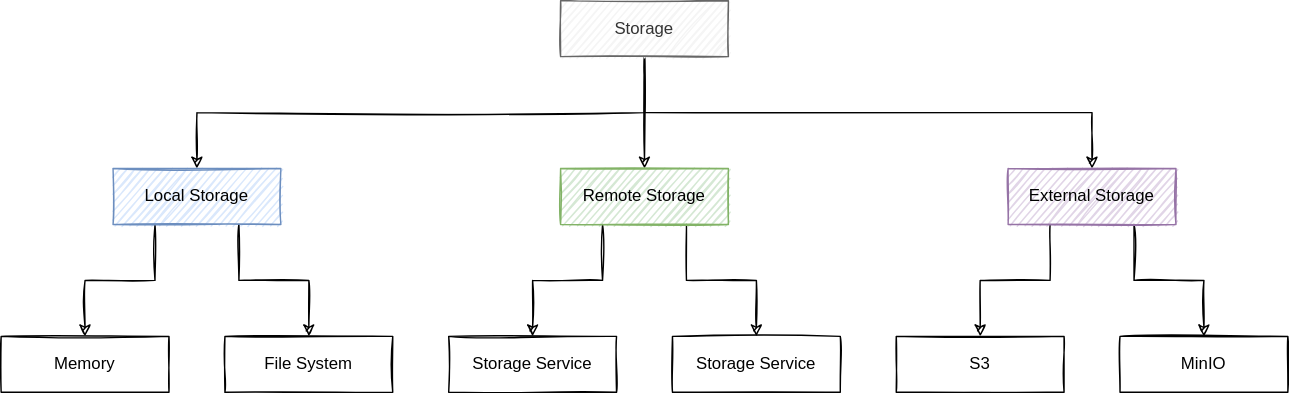
This is docs/images/storage-architecture.drawio.svg from engula/engula, a draw.io export, as it was before one commit. Source tidied: cells renumbered, new cells last; positions are measured from the earlier drawing's top-left corner, leaving out a move shared by most shapes.
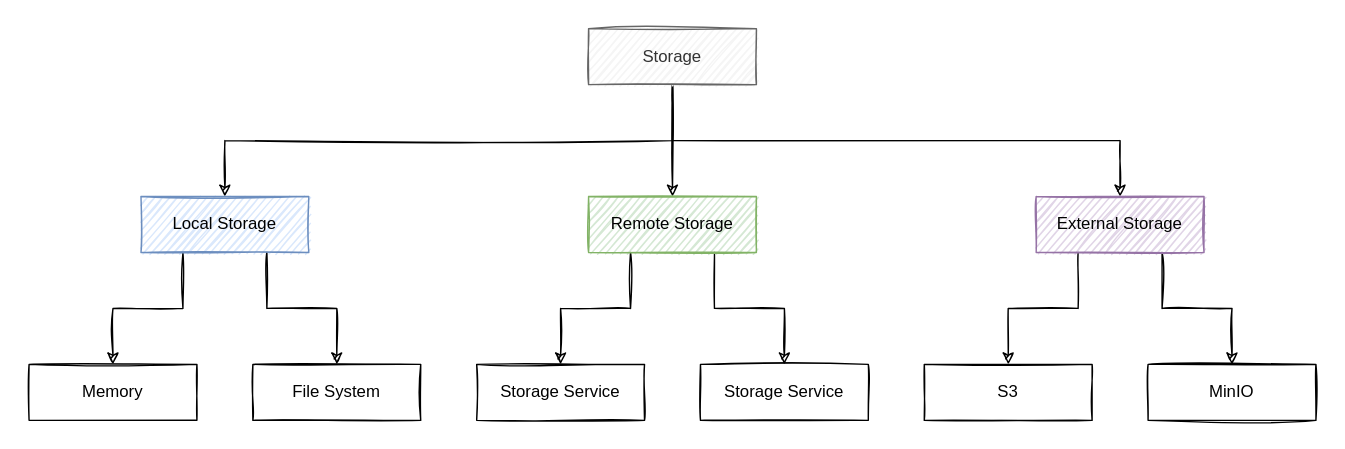
After the change.

The edit, as a diff of the source:
```diff
@@ -2,6 +2,9 @@
   <root>
     <mxCell id="0" />
     <mxCell id="1" parent="0" />
+    <mxCell id="21" style="rounded=0;whiteSpace=wrap;html=1;strokeColor=none;sketch=1;" parent="1" vertex="1">
+      <mxGeometry x="-20" y="-20" width="960" height="320" as="geometry" />
+    </mxCell>
     <mxCell id="2" style="edgeStyle=orthogonalEdgeStyle;rounded=0;jettySize=auto;html=1;exitX=0.5;exitY=1;exitDx=0;exitDy=0;entryX=0.5;entryY=0;entryDx=0;entryDy=0;sketch=1;" parent="1" edge="1" source="5" target="8">
       <mxGeometry relative="1" as="geometry" />
     </mxCell>
```
